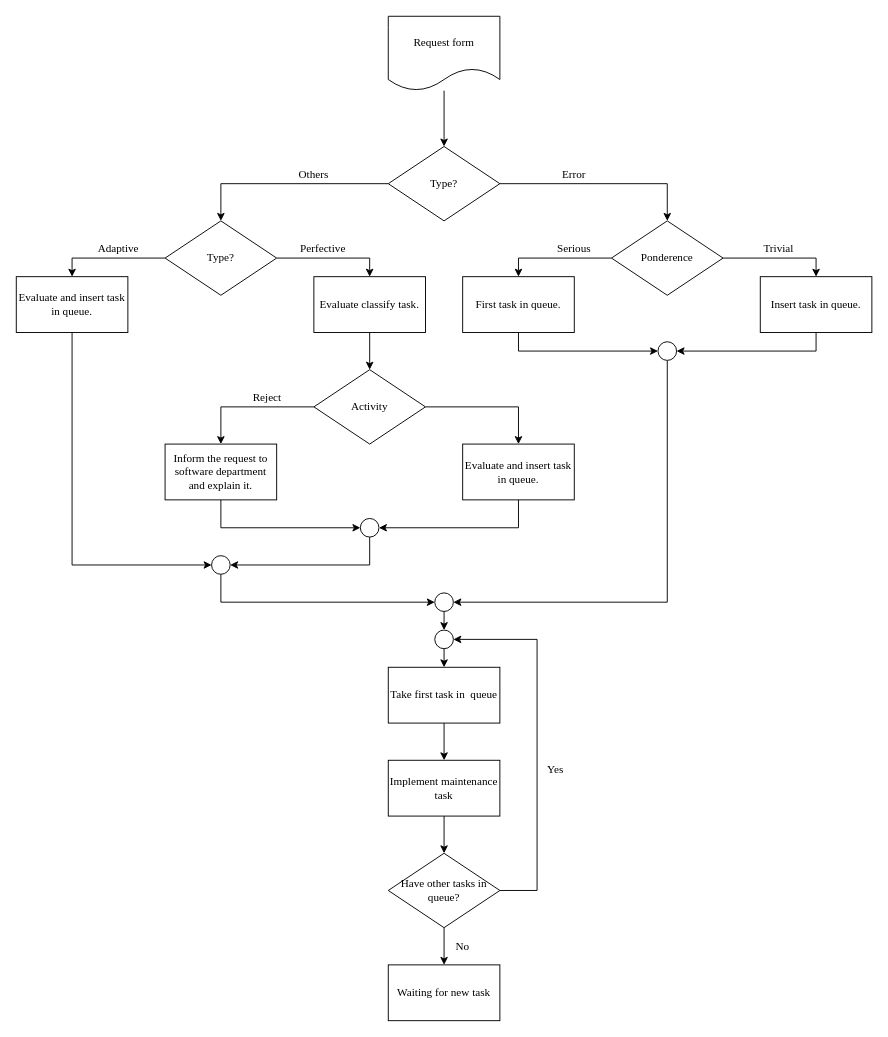
Before: Images/Chapter1/Background/Maintenance_flow/Maintenance_Flow.drawio in CorrieScheepers/Masters, a draw.io diagram. Source tidied: cells renumbered, new cells numbered last; positions are measured from the earlier drawing's top-left corner, leaving out a move shared by most shapes. Both pictures are drawn from the tidied source at 93%, with x=0, y=0 at pixel (16, 16).
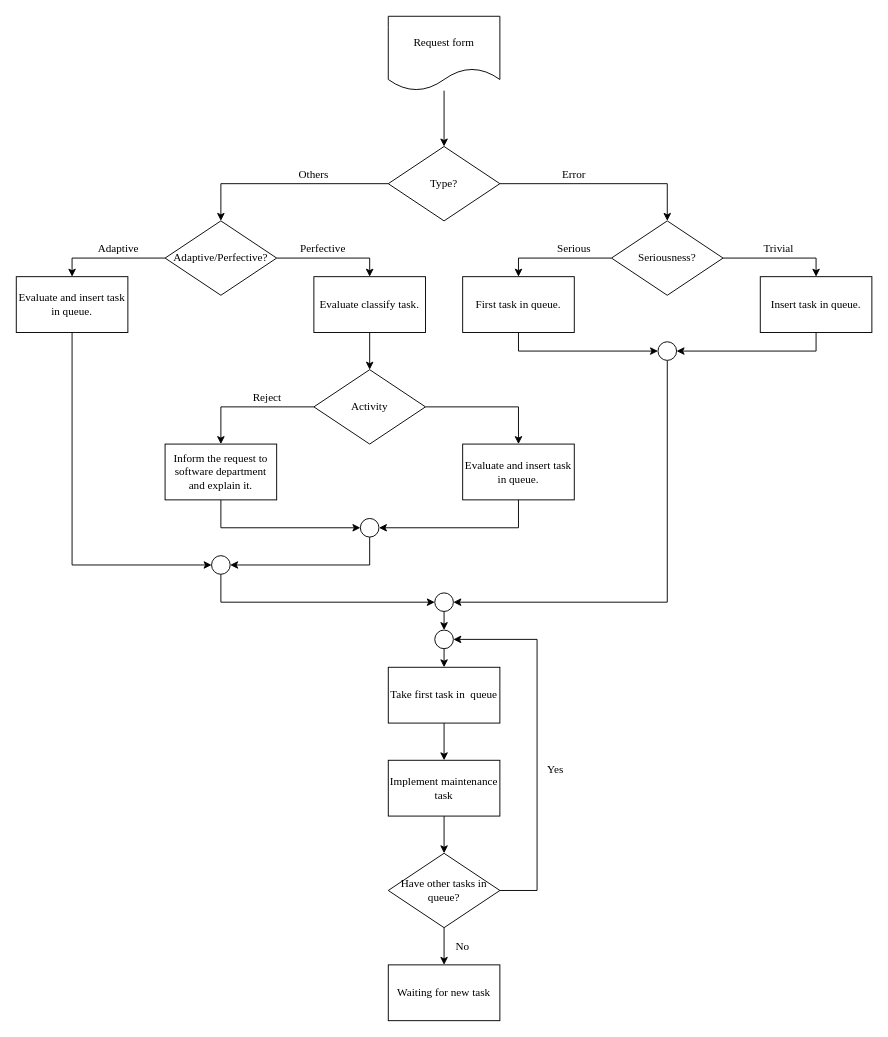
The same page after the edit.

Change to the diagram source:
```diff
@@
-    <mxCell id="9" value="Type?" style="rhombus;whiteSpace=wrap;html=1;fontFamily=Times New Roman;" parent="1" vertex="1">
+    <mxCell id="9" value="Adaptive/Perfective?" style="rhombus;whiteSpace=wrap;html=1;fontFamily=Times New Roman;" parent="1" vertex="1">
       <mxGeometry x="160" y="220" width="120" height="80" as="geometry" />
     </mxCell>
@@
-    <mxCell id="12" value="Ponderence" style="rhombus;whiteSpace=wrap;html=1;fontFamily=Times New Roman;" parent="1" vertex="1">
+    <mxCell id="12" value="Seriousness?" style="rhombus;whiteSpace=wrap;html=1;fontFamily=Times New Roman;" parent="1" vertex="1">
       <mxGeometry x="640" y="220" width="120" height="80" as="geometry" />
     </mxCell>
```
